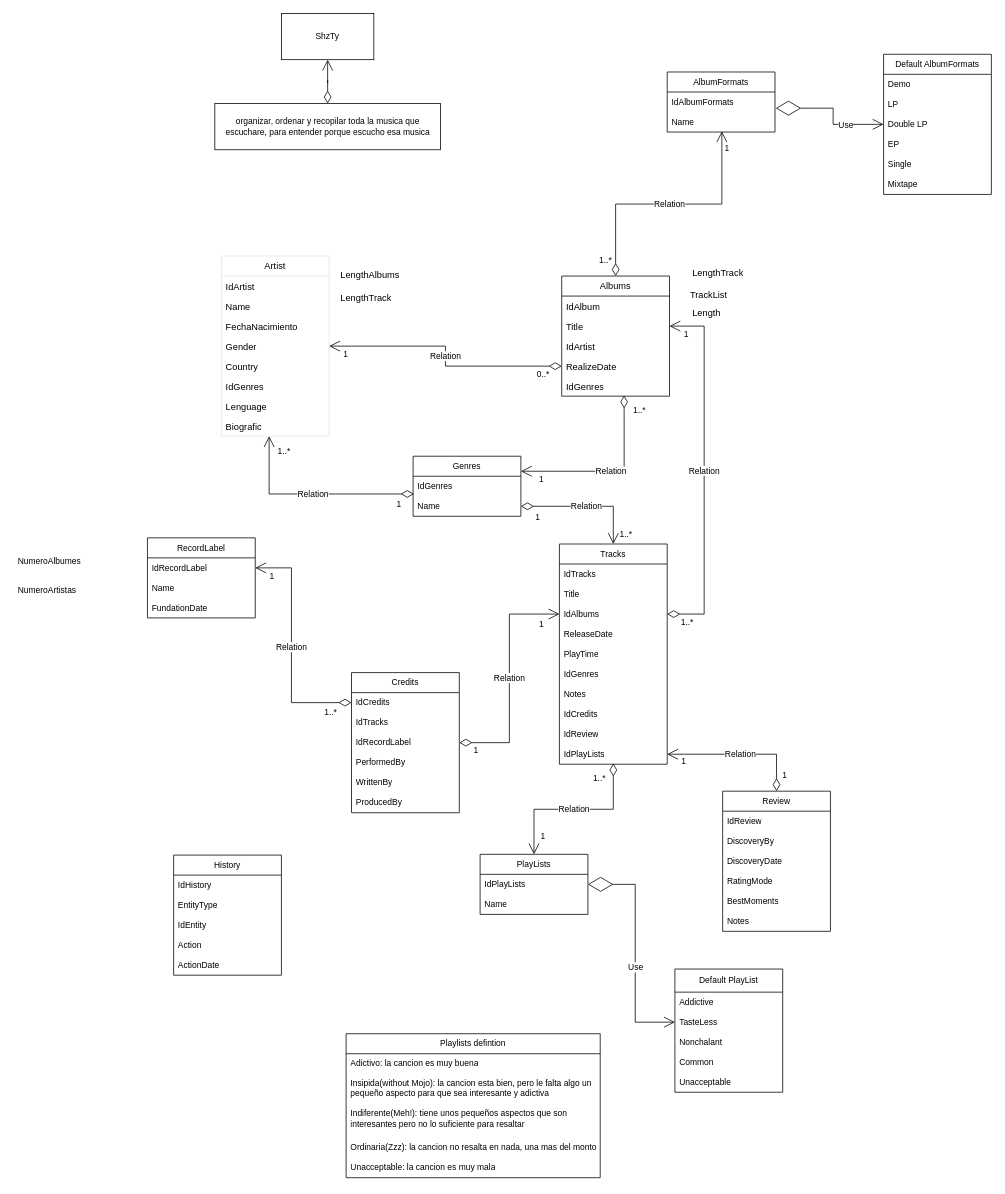
The draw.io diagram page "base de datos en" (3 of 4) of digrams.drawio in GutengMorgen/ShzTy, before the edit. Source tidied: cells renumbered, new cells numbered last; positions are measured from the earlier drawing's top-left corner, leaving out a move shared by most shapes. Both pictures are drawn from the tidied source at 77%, with x=0, y=0 at pixel (13, 13).
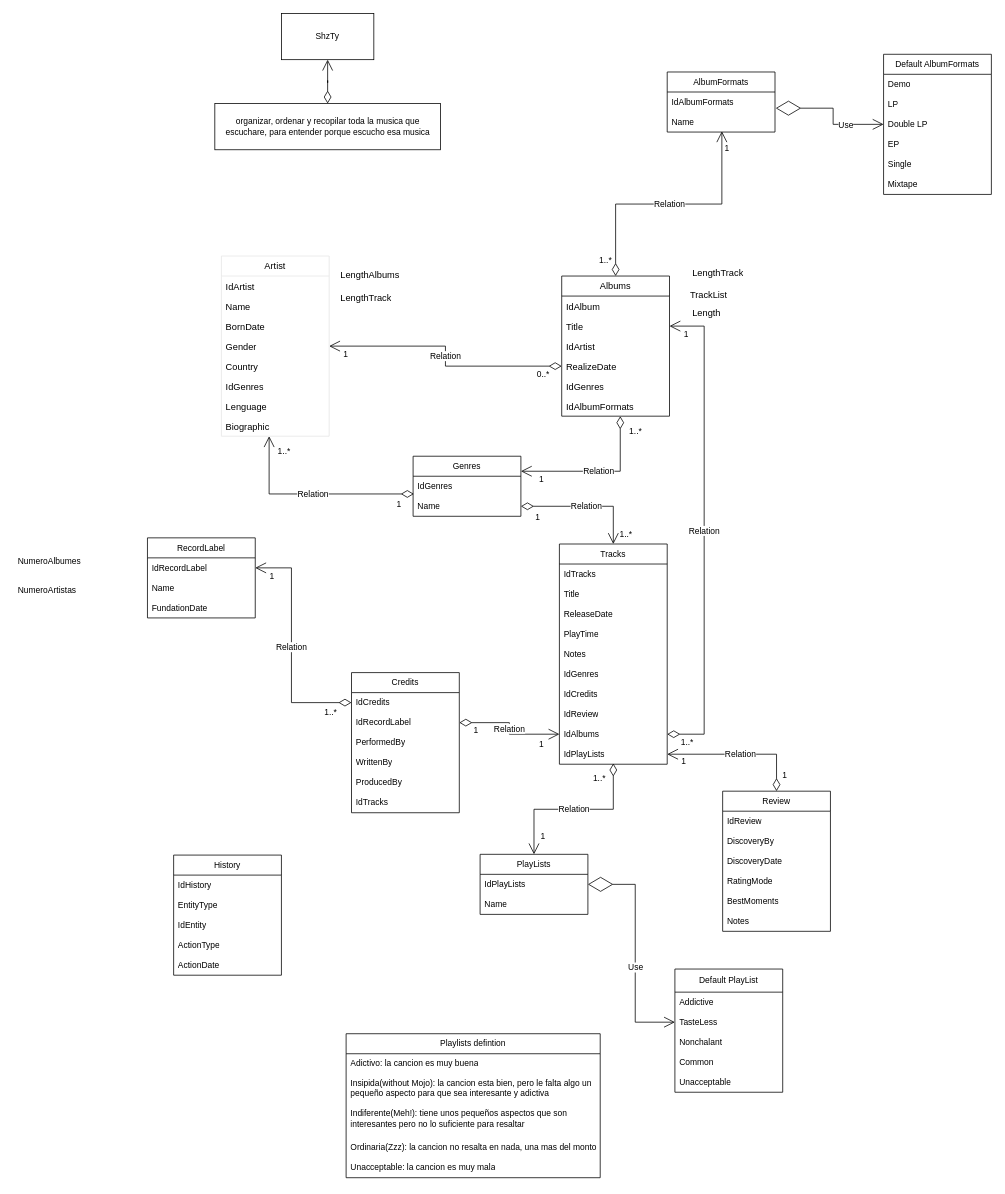
After the change.

Unchanged cells that the change refers to:
```xml
<mxCell id="2" value="&lt;pre style=&quot;margin-top: 0px; margin-bottom: 0px; padding: var(--su12); border: 0px; font-variant-numeric: inherit; font-variant-east-asian: inherit; font-stretch: inherit; line-height: var(--lh-md); font-family: var(--ff-mono); font-optical-sizing: inherit; font-kerning: inherit; font-feature-settings: inherit; font-variation-settings: inherit; font-size: var(--fs-body1); vertical-align: baseline; box-sizing: inherit; width: auto; max-height: 600px; overflow: auto; background-color: var(--highlight-bg); border-radius: var(--br-md); --_cb-line-numbers-bg: var(--black-025); color: var(--highlight-color); overflow-wrap: normal; text-align: left;&quot; class=&quot;lang-sql s-code-block&quot;&gt;&lt;code style=&quot;margin: 0px; padding: 0px; border: 0px; font-style: inherit; font-variant: inherit; font-weight: inherit; font-stretch: inherit; line-height: inherit; font-family: inherit; font-optical-sizing: inherit; font-kerning: inherit; font-feature-settings: inherit; font-variation-settings: inherit; font-size: var(--_pr-code-fs); vertical-align: baseline; box-sizing: inherit; background-color: transparent;&quot; class=&quot;hljs language-sql&quot;&gt;Artist&lt;/code&gt;&lt;/pre&gt;" style="swimlane;fontStyle=0;horizontal=1;startSize=26;fillColor=none;whiteSpace=wrap;html=1;strokeColor=#E6E6E6;" parent="1" vertex="1">
  <mxGeometry x="270" y="315" width="140" height="234" as="geometry" />
</mxCell>
<mxCell id="16" value="IdGenres" style="text;strokeColor=none;fillColor=none;align=left;verticalAlign=top;spacingLeft=4;spacingRight=4;overflow=hidden;points=[[0,0.5],[1,0.5]];portConstraint=eastwest;whiteSpace=wrap;html=1;" parent="11" vertex="1">
  <mxGeometry y="130" width="140" height="26" as="geometry" />
</mxCell>
<mxCell id="23" value="Genres" style="swimlane;fontStyle=0;horizontal=1;startSize=26;fillColor=none;whiteSpace=wrap;html=1;fontFamily=Helvetica;fontSize=11;fontColor=default;" parent="1" vertex="1">
  <mxGeometry x="519" y="575" width="140" height="78" as="geometry" />
</mxCell>
<mxCell id="26" value="Tracks" style="swimlane;fontStyle=0;horizontal=1;startSize=26;fillColor=none;whiteSpace=wrap;html=1;fontFamily=Helvetica;fontSize=11;fontColor=default;" parent="1" vertex="1">
  <mxGeometry x="709" y="689" width="140" height="286" as="geometry" />
</mxCell>
<mxCell id="37" value="Credits" style="swimlane;fontStyle=0;horizontal=1;startSize=26;fillColor=none;whiteSpace=wrap;html=1;fontFamily=Helvetica;fontSize=11;fontColor=default;" parent="1" vertex="1">
  <mxGeometry x="439" y="856" width="140" height="182" as="geometry" />
</mxCell>
<mxCell id="73" value="History" style="swimlane;fontStyle=0;horizontal=1;startSize=26;fillColor=none;whiteSpace=wrap;html=1;fontFamily=Helvetica;fontSize=11;fontColor=default;" parent="1" vertex="1">
  <mxGeometry x="208" y="1093" width="140" height="156" as="geometry" />
</mxCell>
```

Diff of the diagram source:
```diff
@@
-    <mxCell id="5" value="FechaNacimiento&lt;span style=&quot;white-space: pre;&quot;&gt; &lt;/span&gt;" style="text;strokeColor=none;fillColor=none;align=left;verticalAlign=top;spacingLeft=4;spacingRight=4;overflow=hidden;whiteSpace=wrap;html=1;" parent="2" vertex="1">
+    <mxCell id="5" value="BornDate" style="text;strokeColor=none;fillColor=none;align=left;verticalAlign=top;spacingLeft=4;spacingRight=4;overflow=hidden;whiteSpace=wrap;html=1;" parent="2" vertex="1">
       <mxGeometry y="78" width="140" height="26" as="geometry" />
     </mxCell>
@@
-    <mxCell id="10" value="Biografic" style="text;strokeColor=none;fillColor=none;align=left;verticalAlign=top;spacingLeft=4;spacingRight=4;overflow=hidden;points=[[0,0.5],[1,0.5]];portConstraint=eastwest;whiteSpace=wrap;html=1;" parent="2" vertex="1">
+    <mxCell id="10" value="Biographic" style="text;strokeColor=none;fillColor=none;align=left;verticalAlign=top;spacingLeft=4;spacingRight=4;overflow=hidden;points=[[0,0.5],[1,0.5]];portConstraint=eastwest;whiteSpace=wrap;html=1;" parent="2" vertex="1">
       <mxGeometry y="208" width="140" height="26" as="geometry" />
     </mxCell>
     <mxCell id="11" value="Albums" style="swimlane;fontStyle=0;horizontal=1;startSize=26;fillColor=none;whiteSpace=wrap;html=1;" parent="1" vertex="1">
-      <mxGeometry x="712" y="341" width="140" height="156" as="geometry" />
+      <mxGeometry x="712" y="341" width="140" height="182" as="geometry" />
     </mxCell>
@@
+    <mxCell id="124" value="IdAlbumFormats" style="text;strokeColor=none;fillColor=none;align=left;verticalAlign=top;spacingLeft=4;spacingRight=4;overflow=hidden;points=[[0,0.5],[1,0.5]];portConstraint=eastwest;whiteSpace=wrap;html=1;" parent="11" vertex="1">
+      <mxGeometry y="156" width="140" height="26" as="geometry" />
+    </mxCell>
@@
-    <mxCell id="20" value="Relation" style="endArrow=open;html=1;endSize=12;startArrow=diamondThin;startSize=14;startFill=0;edgeStyle=orthogonalEdgeStyle;rounded=0;exitX=0.579;exitY=0.962;exitDx=0;exitDy=0;entryX=1;entryY=0.25;entryDx=0;entryDy=0;exitPerimeter=0;" parent="1" edge="1" source="16" target="23">
+    <mxCell id="20" value="Relation" style="endArrow=open;html=1;endSize=12;startArrow=diamondThin;startSize=14;startFill=0;edgeStyle=orthogonalEdgeStyle;rounded=0;exitX=0.543;exitY=1;exitDx=0;exitDy=0;entryX=1;entryY=0.25;entryDx=0;entryDy=0;exitPerimeter=0;" parent="1" edge="1" source="124" target="23">
       <mxGeometry relative="1" as="geometry" />
     </mxCell>
@@
-    <mxCell id="29" value="IdAlbums" style="text;strokeColor=none;fillColor=none;align=left;verticalAlign=top;spacingLeft=4;spacingRight=4;overflow=hidden;points=[[0,0.5],[1,0.5]];portConstraint=eastwest;whiteSpace=wrap;html=1;fontSize=11;fontFamily=Helvetica;fontColor=default;" parent="26" vertex="1">
-      <mxGeometry y="78" width="140" height="26" as="geometry" />
-    </mxCell>
     <mxCell id="30" value="ReleaseDate" style="text;strokeColor=none;fillColor=none;align=left;verticalAlign=top;spacingLeft=4;spacingRight=4;overflow=hidden;whiteSpace=wrap;html=1;fontSize=11;fontFamily=Helvetica;fontColor=default;" parent="26" vertex="1">
-      <mxGeometry y="104" width="140" height="26" as="geometry" />
+      <mxGeometry y="78" width="140" height="26" as="geometry" />
     </mxCell>
     <mxCell id="31" value="PlayTime" style="text;strokeColor=none;fillColor=none;align=left;verticalAlign=top;spacingLeft=4;spacingRight=4;overflow=hidden;whiteSpace=wrap;html=1;fontSize=11;fontFamily=Helvetica;fontColor=default;" parent="26" vertex="1">
-      <mxGeometry y="130" width="140" height="26" as="geometry" />
+      <mxGeometry y="104" width="140" height="26" as="geometry" />
     </mxCell>
+    <mxCell id="33" value="Notes" style="text;strokeColor=none;fillColor=none;align=left;verticalAlign=top;spacingLeft=4;spacingRight=4;overflow=hidden;whiteSpace=wrap;html=1;fontSize=11;fontFamily=Helvetica;fontColor=default;" parent="26" vertex="1">
+      <mxGeometry y="130" width="140" height="26" as="geometry" />
+    </mxCell>
@@
-    <mxCell id="33" value="Notes" style="text;strokeColor=none;fillColor=none;align=left;verticalAlign=top;spacingLeft=4;spacingRight=4;overflow=hidden;whiteSpace=wrap;html=1;fontSize=11;fontFamily=Helvetica;fontColor=default;" parent="26" vertex="1">
-      <mxGeometry y="182" width="140" height="26" as="geometry" />
-    </mxCell>
     <mxCell id="34" value="IdCredits" style="text;strokeColor=none;fillColor=none;align=left;verticalAlign=top;spacingLeft=4;spacingRight=4;overflow=hidden;whiteSpace=wrap;html=1;fontSize=11;fontFamily=Helvetica;fontColor=default;" parent="26" vertex="1">
-      <mxGeometry y="208" width="140" height="26" as="geometry" />
+      <mxGeometry y="182" width="140" height="26" as="geometry" />
     </mxCell>
     <mxCell id="35" value="IdReview" style="text;strokeColor=none;fillColor=none;align=left;verticalAlign=top;spacingLeft=4;spacingRight=4;overflow=hidden;whiteSpace=wrap;html=1;fontSize=11;fontFamily=Helvetica;fontColor=default;" parent="26" vertex="1">
-      <mxGeometry y="234" width="140" height="26" as="geometry" />
+      <mxGeometry y="208" width="140" height="26" as="geometry" />
     </mxCell>
+    <mxCell id="29" value="IdAlbums" style="text;strokeColor=none;fillColor=none;align=left;verticalAlign=top;spacingLeft=4;spacingRight=4;overflow=hidden;points=[[0,0.5],[1,0.5]];portConstraint=eastwest;whiteSpace=wrap;html=1;fontSize=11;fontFamily=Helvetica;fontColor=default;" parent="26" vertex="1">
+      <mxGeometry y="234" width="140" height="26" as="geometry" />
+    </mxCell>
@@
-    <mxCell id="39" value="IdTracks" style="text;strokeColor=none;fillColor=none;align=left;verticalAlign=top;spacingLeft=4;spacingRight=4;overflow=hidden;whiteSpace=wrap;html=1;fontSize=11;fontFamily=Helvetica;fontColor=default;" parent="37" vertex="1">
-      <mxGeometry y="52" width="140" height="26" as="geometry" />
-    </mxCell>
     <mxCell id="40" value="IdRecordLabel" style="text;strokeColor=none;fillColor=none;align=left;verticalAlign=top;spacingLeft=4;spacingRight=4;overflow=hidden;points=[[0,0.5],[1,0.5]];portConstraint=eastwest;whiteSpace=wrap;html=1;fontSize=11;fontFamily=Helvetica;fontColor=default;" parent="37" vertex="1">
-      <mxGeometry y="78" width="140" height="26" as="geometry" />
+      <mxGeometry y="52" width="140" height="26" as="geometry" />
     </mxCell>
     <mxCell id="41" value="PerformedBy" style="text;strokeColor=none;fillColor=none;align=left;verticalAlign=top;spacingLeft=4;spacingRight=4;overflow=hidden;whiteSpace=wrap;html=1;fontSize=11;fontFamily=Helvetica;fontColor=default;" parent="37" vertex="1">
-      <mxGeometry y="104" width="140" height="26" as="geometry" />
+      <mxGeometry y="78" width="140" height="26" as="geometry" />
     </mxCell>
     <mxCell id="42" value="WrittenBy" style="text;strokeColor=none;fillColor=none;align=left;verticalAlign=top;spacingLeft=4;spacingRight=4;overflow=hidden;whiteSpace=wrap;html=1;fontSize=11;fontFamily=Helvetica;fontColor=default;" parent="37" vertex="1">
-      <mxGeometry y="130" width="140" height="26" as="geometry" />
+      <mxGeometry y="104" width="140" height="26" as="geometry" />
     </mxCell>
     <mxCell id="43" value="ProducedBy" style="text;strokeColor=none;fillColor=none;align=left;verticalAlign=top;spacingLeft=4;spacingRight=4;overflow=hidden;whiteSpace=wrap;html=1;fontSize=11;fontFamily=Helvetica;fontColor=default;" parent="37" vertex="1">
-      <mxGeometry y="156" width="140" height="26" as="geometry" />
+      <mxGeometry y="130" width="140" height="26" as="geometry" />
     </mxCell>
+    <mxCell id="39" value="IdTracks" style="text;strokeColor=none;fillColor=none;align=left;verticalAlign=top;spacingLeft=4;spacingRight=4;overflow=hidden;whiteSpace=wrap;html=1;fontSize=11;fontFamily=Helvetica;fontColor=default;" parent="37" vertex="1">
+      <mxGeometry y="156" width="140" height="26" as="geometry" />
+    </mxCell>
@@
-    <mxCell id="77" value="Action" style="text;strokeColor=none;fillColor=none;align=left;verticalAlign=top;spacingLeft=4;spacingRight=4;overflow=hidden;whiteSpace=wrap;html=1;fontSize=11;fontFamily=Helvetica;fontColor=default;" parent="73" vertex="1">
+    <mxCell id="77" value="ActionType" style="text;strokeColor=none;fillColor=none;align=left;verticalAlign=top;spacingLeft=4;spacingRight=4;overflow=hidden;whiteSpace=wrap;html=1;fontSize=11;fontFamily=Helvetica;fontColor=default;" parent="73" vertex="1">
       <mxGeometry y="104" width="140" height="26" as="geometry" />
     </mxCell>
```
